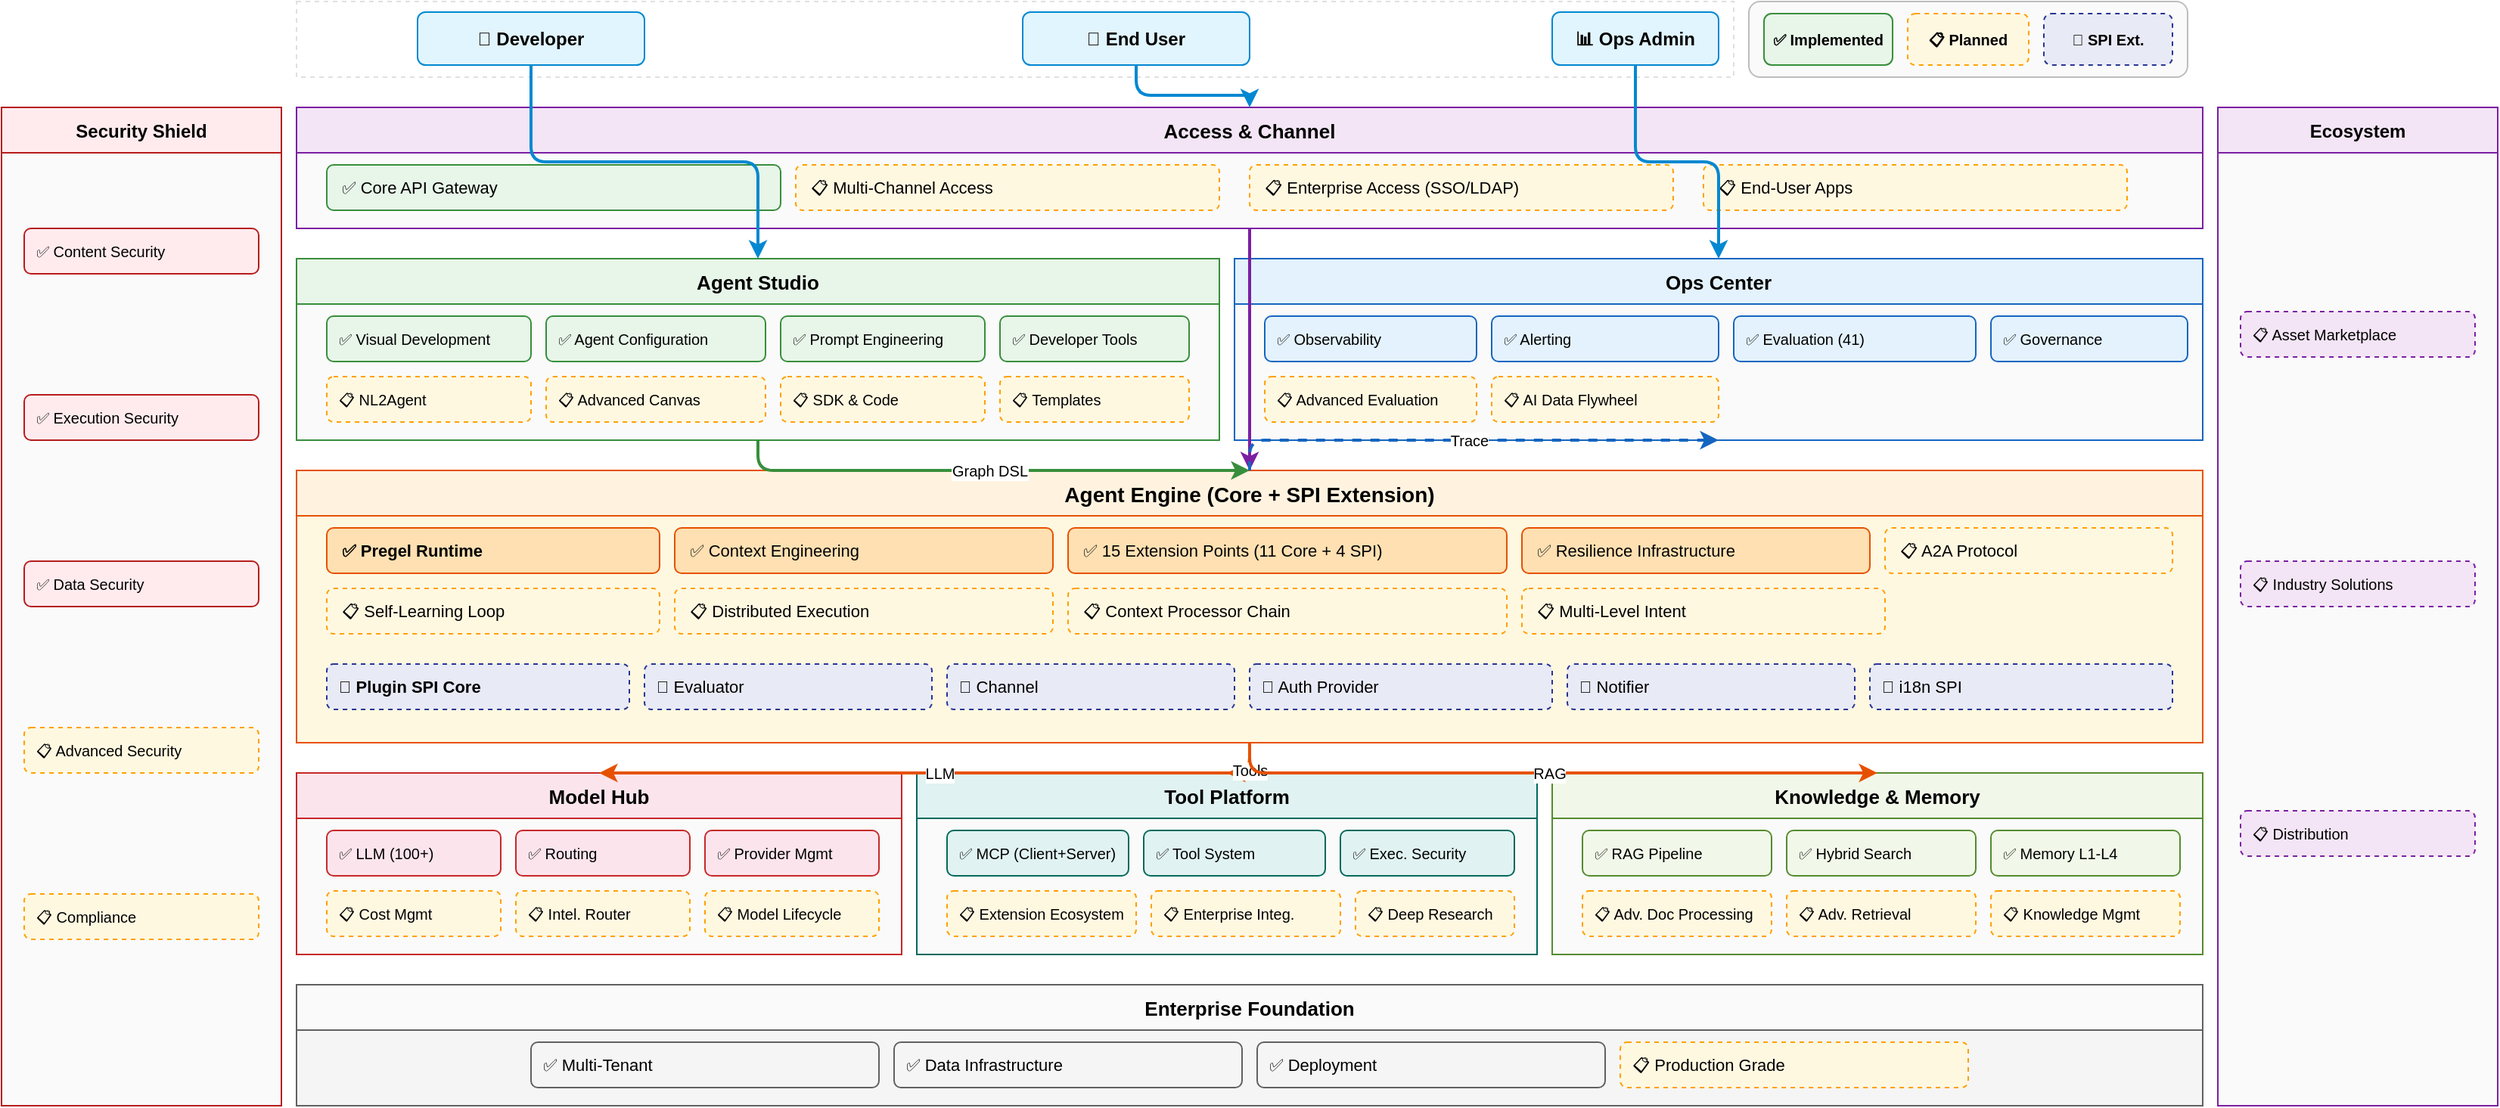
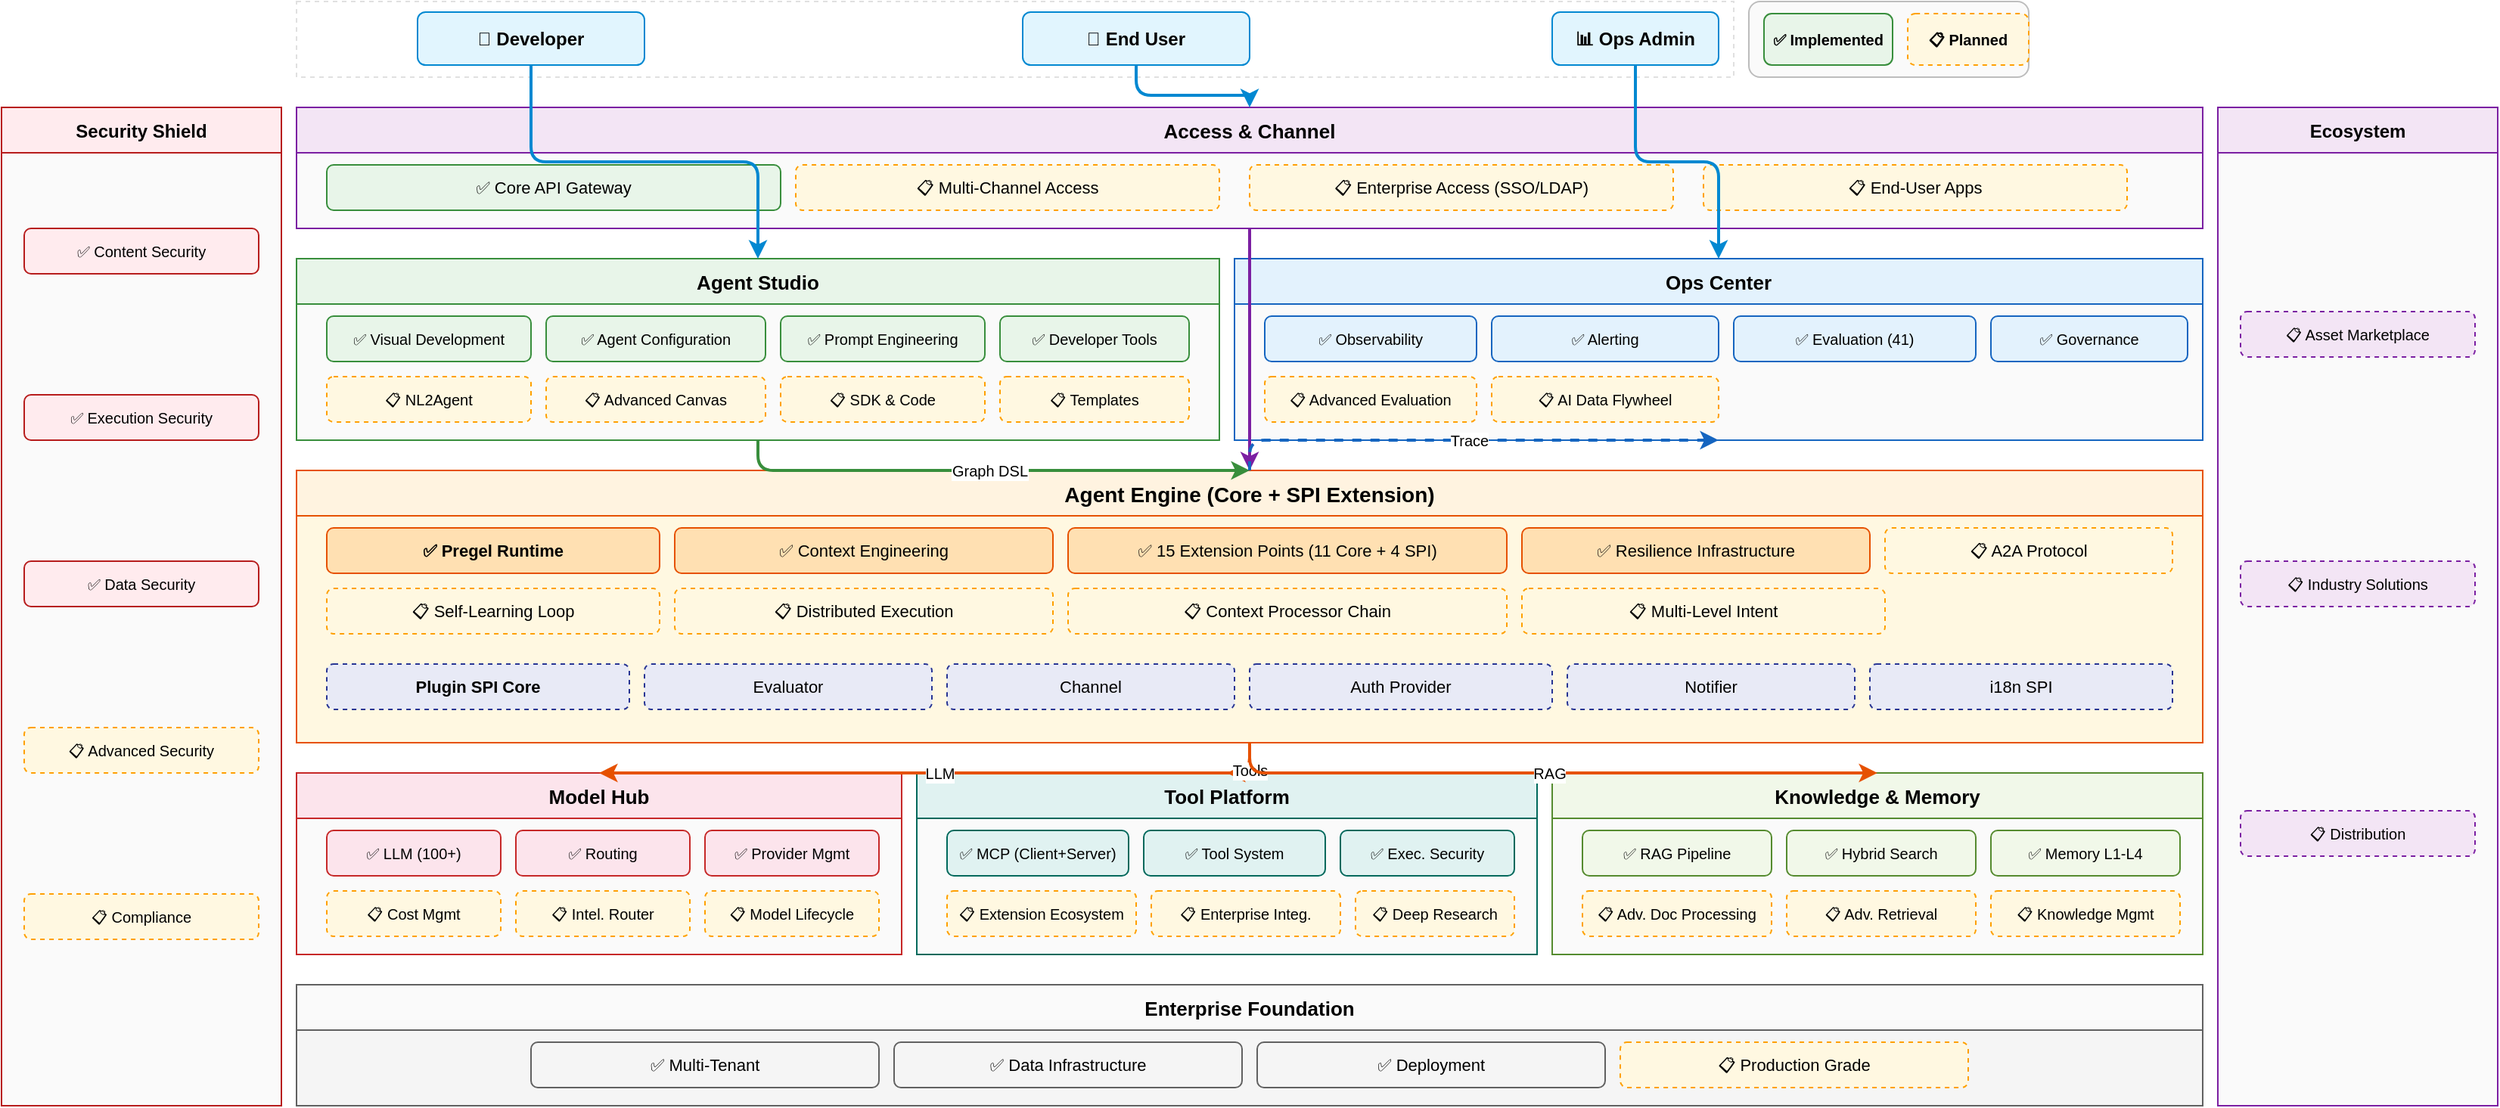
<?xml version="1.0" encoding="UTF-8"?>
<mxfile host="drawio" version="26.0.0">
  <diagram name="Hecate-L1-Architecture" id="hecate-l1-arch">
    <mxGraphModel dx="3000" dy="2200" grid="1" gridSize="10" guides="1" tooltips="1" connect="1" arrows="1" fold="1" page="1" pageScale="1" pageWidth="1700" pageHeight="800" math="0" shadow="0">
      <root>
        <mxCell id="0" />
        <mxCell id="1" parent="0" />

        <!-- ========== LEGEND ========== -->
        <mxCell id="legend" value="" style="rounded=1;whiteSpace=wrap;html=1;fillColor=#FAFAFA;strokeColor=#BDBDBD;strokeWidth=1;" vertex="1" parent="1">
-           <mxGeometry x="1180" y="20" width="290" height="50" as="geometry" />
+           <mxGeometry x="1180" y="20" width="185" height="50" as="geometry" />
        </mxCell>
        <mxCell id="legend_done" value="✅ Implemented" style="rounded=1;whiteSpace=wrap;html=1;fillColor=#E8F5E9;strokeColor=#388E3C;fontSize=10;fontStyle=1;" vertex="1" parent="1">
          <mxGeometry x="1190" y="28" width="85" height="34" as="geometry" />
        </mxCell>
        <mxCell id="legend_plan" value="📋 Planned" style="rounded=1;whiteSpace=wrap;html=1;fillColor=#FFF8E1;strokeColor=#FFA000;fontSize=10;fontStyle=1;dashed=1;" vertex="1" parent="1">
          <mxGeometry x="1285" y="28" width="80" height="34" as="geometry" />
        </mxCell>
-         <mxCell id="legend_spi" value="🔌 SPI Ext." style="rounded=1;whiteSpace=wrap;html=1;fillColor=#E8EAF6;strokeColor=#283593;fontSize=10;fontStyle=1;dashed=1;" vertex="1" parent="1">
-           <mxGeometry x="1375" y="28" width="85" height="34" as="geometry" />
-         </mxCell>
- 
        <!-- ========== SECURITY SIDEBAR (LEFT, CROSS-CUTTING) ========== -->
        <mxCell id="sec_c" value="Security Shield" style="swimlane;startSize=30;fillColor=#FFEBEE;strokeColor=#B71C1C;fontSize=12;fontStyle=1;swimlaneFillColor=#FAFAFA;" vertex="1" parent="1">
          <mxGeometry x="25" y="90" width="185" height="660" as="geometry" />
        </mxCell>
-         <mxCell id="sec_content" value="✅ Content Security" style="rounded=1;whiteSpace=wrap;html=1;fillColor=#FFEBEE;strokeColor=#B71C1C;fontSize=10;align=left;spacingLeft=6;" vertex="1" parent="sec_c">
+         <mxCell id="sec_content" value="✅ Content Security" style="rounded=1;whiteSpace=wrap;html=1;fillColor=#FFEBEE;strokeColor=#B71C1C;fontSize=10;" vertex="1" parent="sec_c">
          <mxGeometry x="15" y="80" width="155" height="30" as="geometry" />
        </mxCell>
-         <mxCell id="sec_exec" value="✅ Execution Security" style="rounded=1;whiteSpace=wrap;html=1;fillColor=#FFEBEE;strokeColor=#B71C1C;fontSize=10;align=left;spacingLeft=6;" vertex="1" parent="sec_c">
+         <mxCell id="sec_exec" value="✅ Execution Security" style="rounded=1;whiteSpace=wrap;html=1;fillColor=#FFEBEE;strokeColor=#B71C1C;fontSize=10;" vertex="1" parent="sec_c">
          <mxGeometry x="15" y="190" width="155" height="30" as="geometry" />
        </mxCell>
-         <mxCell id="sec_data" value="✅ Data Security" style="rounded=1;whiteSpace=wrap;html=1;fillColor=#FFEBEE;strokeColor=#B71C1C;fontSize=10;align=left;spacingLeft=6;" vertex="1" parent="sec_c">
+         <mxCell id="sec_data" value="✅ Data Security" style="rounded=1;whiteSpace=wrap;html=1;fillColor=#FFEBEE;strokeColor=#B71C1C;fontSize=10;" vertex="1" parent="sec_c">
          <mxGeometry x="15" y="300" width="155" height="30" as="geometry" />
        </mxCell>
-         <mxCell id="sec_advanced" value="📋 Advanced Security" style="rounded=1;whiteSpace=wrap;html=1;fillColor=#FFF8E1;strokeColor=#FFA000;dashed=1;fontSize=10;align=left;spacingLeft=6;" vertex="1" parent="sec_c">
+         <mxCell id="sec_advanced" value="📋 Advanced Security" style="rounded=1;whiteSpace=wrap;html=1;fillColor=#FFF8E1;strokeColor=#FFA000;dashed=1;fontSize=10;" vertex="1" parent="sec_c">
          <mxGeometry x="15" y="410" width="155" height="30" as="geometry" />
        </mxCell>
-         <mxCell id="sec_compliance" value="📋 Compliance" style="rounded=1;whiteSpace=wrap;html=1;fillColor=#FFF8E1;strokeColor=#FFA000;dashed=1;fontSize=10;align=left;spacingLeft=6;" vertex="1" parent="sec_c">
+         <mxCell id="sec_compliance" value="📋 Compliance" style="rounded=1;whiteSpace=wrap;html=1;fillColor=#FFF8E1;strokeColor=#FFA000;dashed=1;fontSize=10;" vertex="1" parent="sec_c">
          <mxGeometry x="15" y="520" width="155" height="30" as="geometry" />
        </mxCell>

        <!-- ========== ECOSYSTEM SIDEBAR (RIGHT, CROSS-CUTTING) ========== -->
        <mxCell id="eco_c" value="Ecosystem" style="swimlane;startSize=30;fillColor=#F3E5F5;strokeColor=#7B1FA2;fontSize=12;fontStyle=1;swimlaneFillColor=#FAFAFA;" vertex="1" parent="1">
          <mxGeometry x="1490" y="90" width="185" height="660" as="geometry" />
        </mxCell>
-         <mxCell id="eco_market" value="📋 Asset Marketplace" style="rounded=1;whiteSpace=wrap;html=1;fillColor=#F3E5F5;strokeColor=#7B1FA2;dashed=1;fontSize=10;align=left;spacingLeft=6;" vertex="1" parent="eco_c">
+         <mxCell id="eco_market" value="📋 Asset Marketplace" style="rounded=1;whiteSpace=wrap;html=1;fillColor=#F3E5F5;strokeColor=#7B1FA2;dashed=1;fontSize=10;" vertex="1" parent="eco_c">
          <mxGeometry x="15" y="135" width="155" height="30" as="geometry" />
        </mxCell>
-         <mxCell id="eco_industry" value="📋 Industry Solutions" style="rounded=1;whiteSpace=wrap;html=1;fillColor=#F3E5F5;strokeColor=#7B1FA2;dashed=1;fontSize=10;align=left;spacingLeft=6;" vertex="1" parent="eco_c">
+         <mxCell id="eco_industry" value="📋 Industry Solutions" style="rounded=1;whiteSpace=wrap;html=1;fillColor=#F3E5F5;strokeColor=#7B1FA2;dashed=1;fontSize=10;" vertex="1" parent="eco_c">
          <mxGeometry x="15" y="300" width="155" height="30" as="geometry" />
        </mxCell>
-         <mxCell id="eco_dist" value="📋 Distribution" style="rounded=1;whiteSpace=wrap;html=1;fillColor=#F3E5F5;strokeColor=#7B1FA2;dashed=1;fontSize=10;align=left;spacingLeft=6;" vertex="1" parent="eco_c">
+         <mxCell id="eco_dist" value="📋 Distribution" style="rounded=1;whiteSpace=wrap;html=1;fillColor=#F3E5F5;strokeColor=#7B1FA2;dashed=1;fontSize=10;" vertex="1" parent="eco_c">
          <mxGeometry x="15" y="465" width="155" height="30" as="geometry" />
        </mxCell>

        <!-- ========== L0: USERS ========== -->
        <mxCell id="users_bg" value="" style="rounded=0;whiteSpace=wrap;html=1;fillColor=#FFFFFF;strokeColor=#E0E0E0;dashed=1;" vertex="1" parent="1">
          <mxGeometry x="220" y="20" width="950" height="50" as="geometry" />
        </mxCell>
        <mxCell id="dev" value="🔧 Developer" style="rounded=1;whiteSpace=wrap;html=1;fillColor=#E1F5FE;strokeColor=#0288D1;fontSize=12;fontStyle=1;" vertex="1" parent="1">
          <mxGeometry x="300" y="27" width="150" height="35" as="geometry" />
        </mxCell>
        <mxCell id="enduser" value="💬 End User" style="rounded=1;whiteSpace=wrap;html=1;fillColor=#E1F5FE;strokeColor=#0288D1;fontSize=12;fontStyle=1;" vertex="1" parent="1">
          <mxGeometry x="700" y="27" width="150" height="35" as="geometry" />
        </mxCell>
        <mxCell id="ops_user" value="📊 Ops Admin" style="rounded=1;whiteSpace=wrap;html=1;fillColor=#E1F5FE;strokeColor=#0288D1;fontSize=12;fontStyle=1;" vertex="1" parent="1">
          <mxGeometry x="1050" y="27" width="110" height="35" as="geometry" />
        </mxCell>

        <!-- ========== ACCESS & CHANNEL ========== -->
        <mxCell id="gw_c" value="Access &amp; Channel" style="swimlane;startSize=30;fillColor=#F3E5F5;strokeColor=#7B1FA2;fontSize=13;fontStyle=1;swimlaneFillColor=#FAFAFA;" vertex="1" parent="1">
          <mxGeometry x="220" y="90" width="1260" height="80" as="geometry" />
        </mxCell>
-         <mxCell id="gw_core" value="✅ Core API Gateway" style="rounded=1;whiteSpace=wrap;html=1;fillColor=#E8F5E9;strokeColor=#388E3C;fontSize=11;align=left;spacingLeft=8;" vertex="1" parent="gw_c">
+         <mxCell id="gw_core" value="✅ Core API Gateway" style="rounded=1;whiteSpace=wrap;html=1;fillColor=#E8F5E9;strokeColor=#388E3C;fontSize=11;" vertex="1" parent="gw_c">
          <mxGeometry x="20" y="38" width="300" height="30" as="geometry" />
        </mxCell>
-         <mxCell id="gw_multi_ch" value="📋 Multi-Channel Access" style="rounded=1;whiteSpace=wrap;html=1;fillColor=#FFF8E1;strokeColor=#FFA000;dashed=1;fontSize=11;align=left;spacingLeft=8;" vertex="1" parent="gw_c">
+         <mxCell id="gw_multi_ch" value="📋 Multi-Channel Access" style="rounded=1;whiteSpace=wrap;html=1;fillColor=#FFF8E1;strokeColor=#FFA000;dashed=1;fontSize=11;" vertex="1" parent="gw_c">
          <mxGeometry x="330" y="38" width="280" height="30" as="geometry" />
        </mxCell>
-         <mxCell id="gw_enterprise" value="📋 Enterprise Access (SSO/LDAP)" style="rounded=1;whiteSpace=wrap;html=1;fillColor=#FFF8E1;strokeColor=#FFA000;dashed=1;fontSize=11;align=left;spacingLeft=8;" vertex="1" parent="gw_c">
+         <mxCell id="gw_enterprise" value="📋 Enterprise Access (SSO/LDAP)" style="rounded=1;whiteSpace=wrap;html=1;fillColor=#FFF8E1;strokeColor=#FFA000;dashed=1;fontSize=11;" vertex="1" parent="gw_c">
          <mxGeometry x="630" y="38" width="280" height="30" as="geometry" />
        </mxCell>
-         <mxCell id="gw_enduser" value="📋 End-User Apps" style="rounded=1;whiteSpace=wrap;html=1;fillColor=#FFF8E1;strokeColor=#FFA000;dashed=1;fontSize=11;align=left;spacingLeft=8;" vertex="1" parent="gw_c">
+         <mxCell id="gw_enduser" value="📋 End-User Apps" style="rounded=1;whiteSpace=wrap;html=1;fillColor=#FFF8E1;strokeColor=#FFA000;dashed=1;fontSize=11;" vertex="1" parent="gw_c">
          <mxGeometry x="930" y="38" width="280" height="30" as="geometry" />
        </mxCell>

        <!-- ========== STUDIO + OPS ROW ========== -->
        <mxCell id="studio_c" value="Agent Studio" style="swimlane;startSize=30;fillColor=#E8F5E9;strokeColor=#388E3C;fontSize=13;fontStyle=1;swimlaneFillColor=#FAFAFA;" vertex="1" parent="1">
          <mxGeometry x="220" y="190" width="610" height="120" as="geometry" />
        </mxCell>
-         <mxCell id="s_visual" value="✅ Visual Development" style="rounded=1;whiteSpace=wrap;html=1;fillColor=#E8F5E9;strokeColor=#388E3C;fontSize=10;align=left;spacingLeft=6;" vertex="1" parent="studio_c">
+         <mxCell id="s_visual" value="✅ Visual Development" style="rounded=1;whiteSpace=wrap;html=1;fillColor=#E8F5E9;strokeColor=#388E3C;fontSize=10;" vertex="1" parent="studio_c">
          <mxGeometry x="20" y="38" width="135" height="30" as="geometry" />
        </mxCell>
-         <mxCell id="s_agentcfg" value="✅ Agent Configuration" style="rounded=1;whiteSpace=wrap;html=1;fillColor=#E8F5E9;strokeColor=#388E3C;fontSize=10;align=left;spacingLeft=6;" vertex="1" parent="studio_c">
+         <mxCell id="s_agentcfg" value="✅ Agent Configuration" style="rounded=1;whiteSpace=wrap;html=1;fillColor=#E8F5E9;strokeColor=#388E3C;fontSize=10;" vertex="1" parent="studio_c">
          <mxGeometry x="165" y="38" width="145" height="30" as="geometry" />
        </mxCell>
-         <mxCell id="s_prompt" value="✅ Prompt Engineering" style="rounded=1;whiteSpace=wrap;html=1;fillColor=#E8F5E9;strokeColor=#388E3C;fontSize=10;align=left;spacingLeft=6;" vertex="1" parent="studio_c">
+         <mxCell id="s_prompt" value="✅ Prompt Engineering" style="rounded=1;whiteSpace=wrap;html=1;fillColor=#E8F5E9;strokeColor=#388E3C;fontSize=10;" vertex="1" parent="studio_c">
          <mxGeometry x="320" y="38" width="135" height="30" as="geometry" />
        </mxCell>
-         <mxCell id="s_devtools" value="✅ Developer Tools" style="rounded=1;whiteSpace=wrap;html=1;fillColor=#E8F5E9;strokeColor=#388E3C;fontSize=10;align=left;spacingLeft=6;" vertex="1" parent="studio_c">
+         <mxCell id="s_devtools" value="✅ Developer Tools" style="rounded=1;whiteSpace=wrap;html=1;fillColor=#E8F5E9;strokeColor=#388E3C;fontSize=10;" vertex="1" parent="studio_c">
          <mxGeometry x="465" y="38" width="125" height="30" as="geometry" />
        </mxCell>
-         <mxCell id="s_nl2x" value="📋 NL2Agent" style="rounded=1;whiteSpace=wrap;html=1;fillColor=#FFF8E1;strokeColor=#FFA000;dashed=1;fontSize=10;align=left;spacingLeft=6;" vertex="1" parent="studio_c">
+         <mxCell id="s_nl2x" value="📋 NL2Agent" style="rounded=1;whiteSpace=wrap;html=1;fillColor=#FFF8E1;strokeColor=#FFA000;dashed=1;fontSize=10;" vertex="1" parent="studio_c">
          <mxGeometry x="20" y="78" width="135" height="30" as="geometry" />
        </mxCell>
-         <mxCell id="s_adv_canvas" value="📋 Advanced Canvas" style="rounded=1;whiteSpace=wrap;html=1;fillColor=#FFF8E1;strokeColor=#FFA000;dashed=1;fontSize=10;align=left;spacingLeft=6;" vertex="1" parent="studio_c">
+         <mxCell id="s_adv_canvas" value="📋 Advanced Canvas" style="rounded=1;whiteSpace=wrap;html=1;fillColor=#FFF8E1;strokeColor=#FFA000;dashed=1;fontSize=10;" vertex="1" parent="studio_c">
          <mxGeometry x="165" y="78" width="145" height="30" as="geometry" />
        </mxCell>
-         <mxCell id="s_sdk" value="📋 SDK &amp; Code" style="rounded=1;whiteSpace=wrap;html=1;fillColor=#FFF8E1;strokeColor=#FFA000;dashed=1;fontSize=10;align=left;spacingLeft=6;" vertex="1" parent="studio_c">
+         <mxCell id="s_sdk" value="📋 SDK &amp; Code" style="rounded=1;whiteSpace=wrap;html=1;fillColor=#FFF8E1;strokeColor=#FFA000;dashed=1;fontSize=10;" vertex="1" parent="studio_c">
          <mxGeometry x="320" y="78" width="135" height="30" as="geometry" />
        </mxCell>
-         <mxCell id="s_template_mkt" value="📋 Templates" style="rounded=1;whiteSpace=wrap;html=1;fillColor=#FFF8E1;strokeColor=#FFA000;dashed=1;fontSize=10;align=left;spacingLeft=6;" vertex="1" parent="studio_c">
+         <mxCell id="s_template_mkt" value="📋 Templates" style="rounded=1;whiteSpace=wrap;html=1;fillColor=#FFF8E1;strokeColor=#FFA000;dashed=1;fontSize=10;" vertex="1" parent="studio_c">
          <mxGeometry x="465" y="78" width="125" height="30" as="geometry" />
        </mxCell>

        <mxCell id="ops_c" value="Ops Center" style="swimlane;startSize=30;fillColor=#E3F2FD;strokeColor=#1565C0;fontSize=13;fontStyle=1;swimlaneFillColor=#FAFAFA;" vertex="1" parent="1">
          <mxGeometry x="840" y="190" width="640" height="120" as="geometry" />
        </mxCell>
-         <mxCell id="o_observe" value="✅ Observability" style="rounded=1;whiteSpace=wrap;html=1;fillColor=#E3F2FD;strokeColor=#1565C0;fontSize=10;align=left;spacingLeft=6;" vertex="1" parent="ops_c">
+         <mxCell id="o_observe" value="✅ Observability" style="rounded=1;whiteSpace=wrap;html=1;fillColor=#E3F2FD;strokeColor=#1565C0;fontSize=10;" vertex="1" parent="ops_c">
          <mxGeometry x="20" y="38" width="140" height="30" as="geometry" />
        </mxCell>
-         <mxCell id="o_alert" value="✅ Alerting" style="rounded=1;whiteSpace=wrap;html=1;fillColor=#E3F2FD;strokeColor=#1565C0;fontSize=10;align=left;spacingLeft=6;" vertex="1" parent="ops_c">
+         <mxCell id="o_alert" value="✅ Alerting" style="rounded=1;whiteSpace=wrap;html=1;fillColor=#E3F2FD;strokeColor=#1565C0;fontSize=10;" vertex="1" parent="ops_c">
          <mxGeometry x="170" y="38" width="150" height="30" as="geometry" />
        </mxCell>
-         <mxCell id="o_eval" value="✅ Evaluation (41)" style="rounded=1;whiteSpace=wrap;html=1;fillColor=#E3F2FD;strokeColor=#1565C0;fontSize=10;align=left;spacingLeft=6;" vertex="1" parent="ops_c">
+         <mxCell id="o_eval" value="✅ Evaluation (41)" style="rounded=1;whiteSpace=wrap;html=1;fillColor=#E3F2FD;strokeColor=#1565C0;fontSize=10;" vertex="1" parent="ops_c">
          <mxGeometry x="330" y="38" width="160" height="30" as="geometry" />
        </mxCell>
-         <mxCell id="o_gov" value="✅ Governance" style="rounded=1;whiteSpace=wrap;html=1;fillColor=#E3F2FD;strokeColor=#1565C0;fontSize=10;align=left;spacingLeft=6;" vertex="1" parent="ops_c">
+         <mxCell id="o_gov" value="✅ Governance" style="rounded=1;whiteSpace=wrap;html=1;fillColor=#E3F2FD;strokeColor=#1565C0;fontSize=10;" vertex="1" parent="ops_c">
          <mxGeometry x="500" y="38" width="130" height="30" as="geometry" />
        </mxCell>
-         <mxCell id="o_adv_eval" value="📋 Advanced Evaluation" style="rounded=1;whiteSpace=wrap;html=1;fillColor=#FFF8E1;strokeColor=#FFA000;dashed=1;fontSize=10;align=left;spacingLeft=6;" vertex="1" parent="ops_c">
+         <mxCell id="o_adv_eval" value="📋 Advanced Evaluation" style="rounded=1;whiteSpace=wrap;html=1;fillColor=#FFF8E1;strokeColor=#FFA000;dashed=1;fontSize=10;" vertex="1" parent="ops_c">
          <mxGeometry x="20" y="78" width="140" height="30" as="geometry" />
        </mxCell>
-         <mxCell id="o_ai_data" value="📋 AI Data Flywheel" style="rounded=1;whiteSpace=wrap;html=1;fillColor=#FFF8E1;strokeColor=#FFA000;dashed=1;fontSize=10;align=left;spacingLeft=6;" vertex="1" parent="ops_c">
+         <mxCell id="o_ai_data" value="📋 AI Data Flywheel" style="rounded=1;whiteSpace=wrap;html=1;fillColor=#FFF8E1;strokeColor=#FFA000;dashed=1;fontSize=10;" vertex="1" parent="ops_c">
          <mxGeometry x="170" y="78" width="150" height="30" as="geometry" />
        </mxCell>

        <!-- ========== ENGINE (Core + SPI Extension) ========== -->
        <mxCell id="engine_c" value="Agent Engine (Core + SPI Extension)" style="swimlane;startSize=30;fillColor=#FFF3E0;strokeColor=#E65100;fontSize=14;fontStyle=1;swimlaneFillColor=#FFF8E1;" vertex="1" parent="1">
          <mxGeometry x="220" y="330" width="1260" height="180" as="geometry" />
        </mxCell>
        <!-- Row 1: Implemented Core -->
-         <mxCell id="e_pregel" value="✅ Pregel Runtime" style="rounded=1;whiteSpace=wrap;html=1;fillColor=#FFE0B2;strokeColor=#E65100;fontSize=11;align=left;spacingLeft=8;fontStyle=1;" vertex="1" parent="engine_c">
+         <mxCell id="e_pregel" value="✅ Pregel Runtime" style="rounded=1;whiteSpace=wrap;html=1;fillColor=#FFE0B2;strokeColor=#E65100;fontSize=11;fontStyle=1;" vertex="1" parent="engine_c">
          <mxGeometry x="20" y="38" width="220" height="30" as="geometry" />
        </mxCell>
-         <mxCell id="e_ctx" value="✅ Context Engineering" style="rounded=1;whiteSpace=wrap;html=1;fillColor=#FFE0B2;strokeColor=#E65100;fontSize=11;align=left;spacingLeft=8;" vertex="1" parent="engine_c">
+         <mxCell id="e_ctx" value="✅ Context Engineering" style="rounded=1;whiteSpace=wrap;html=1;fillColor=#FFE0B2;strokeColor=#E65100;fontSize=11;" vertex="1" parent="engine_c">
          <mxGeometry x="250" y="38" width="250" height="30" as="geometry" />
        </mxCell>
-         <mxCell id="e_abcs" value="✅ 15 Extension Points (11 Core + 4 SPI)" style="rounded=1;whiteSpace=wrap;html=1;fillColor=#FFE0B2;strokeColor=#E65100;fontSize=11;align=left;spacingLeft=8;" vertex="1" parent="engine_c">
+         <mxCell id="e_abcs" value="✅ 15 Extension Points (11 Core + 4 SPI)" style="rounded=1;whiteSpace=wrap;html=1;fillColor=#FFE0B2;strokeColor=#E65100;fontSize=11;" vertex="1" parent="engine_c">
          <mxGeometry x="510" y="38" width="290" height="30" as="geometry" />
        </mxCell>
-         <mxCell id="e_resilience" value="✅ Resilience Infrastructure" style="rounded=1;whiteSpace=wrap;html=1;fillColor=#FFE0B2;strokeColor=#E65100;fontSize=11;align=left;spacingLeft=8;" vertex="1" parent="engine_c">
+         <mxCell id="e_resilience" value="✅ Resilience Infrastructure" style="rounded=1;whiteSpace=wrap;html=1;fillColor=#FFE0B2;strokeColor=#E65100;fontSize=11;" vertex="1" parent="engine_c">
          <mxGeometry x="810" y="38" width="230" height="30" as="geometry" />
        </mxCell>
-         <mxCell id="e_a2a" value="📋 A2A Protocol" style="rounded=1;whiteSpace=wrap;html=1;fillColor=#FFF8E1;strokeColor=#FFA000;dashed=1;fontSize=11;align=left;spacingLeft=8;" vertex="1" parent="engine_c">
+         <mxCell id="e_a2a" value="📋 A2A Protocol" style="rounded=1;whiteSpace=wrap;html=1;fillColor=#FFF8E1;strokeColor=#FFA000;dashed=1;fontSize=11;" vertex="1" parent="engine_c">
          <mxGeometry x="1050" y="38" width="190" height="30" as="geometry" />
        </mxCell>
        <!-- Row 2: Planned Core -->
-         <mxCell id="e_selflearn" value="📋 Self-Learning Loop" style="rounded=1;whiteSpace=wrap;html=1;fillColor=#FFF8E1;strokeColor=#FFA000;dashed=1;fontSize=11;align=left;spacingLeft=8;" vertex="1" parent="engine_c">
+         <mxCell id="e_selflearn" value="📋 Self-Learning Loop" style="rounded=1;whiteSpace=wrap;html=1;fillColor=#FFF8E1;strokeColor=#FFA000;dashed=1;fontSize=11;" vertex="1" parent="engine_c">
          <mxGeometry x="20" y="78" width="220" height="30" as="geometry" />
        </mxCell>
-         <mxCell id="e_distributed" value="📋 Distributed Execution" style="rounded=1;whiteSpace=wrap;html=1;fillColor=#FFF8E1;strokeColor=#FFA000;dashed=1;fontSize=11;align=left;spacingLeft=8;" vertex="1" parent="engine_c">
+         <mxCell id="e_distributed" value="📋 Distributed Execution" style="rounded=1;whiteSpace=wrap;html=1;fillColor=#FFF8E1;strokeColor=#FFA000;dashed=1;fontSize=11;" vertex="1" parent="engine_c">
          <mxGeometry x="250" y="78" width="250" height="30" as="geometry" />
        </mxCell>
-         <mxCell id="e_ctx_chain" value="📋 Context Processor Chain" style="rounded=1;whiteSpace=wrap;html=1;fillColor=#FFF8E1;strokeColor=#FFA000;dashed=1;fontSize=11;align=left;spacingLeft=8;" vertex="1" parent="engine_c">
+         <mxCell id="e_ctx_chain" value="📋 Context Processor Chain" style="rounded=1;whiteSpace=wrap;html=1;fillColor=#FFF8E1;strokeColor=#FFA000;dashed=1;fontSize=11;" vertex="1" parent="engine_c">
          <mxGeometry x="510" y="78" width="290" height="30" as="geometry" />
        </mxCell>
-         <mxCell id="e_intent" value="📋 Multi-Level Intent" style="rounded=1;whiteSpace=wrap;html=1;fillColor=#FFF8E1;strokeColor=#FFA000;dashed=1;fontSize=11;align=left;spacingLeft=8;" vertex="1" parent="engine_c">
+         <mxCell id="e_intent" value="📋 Multi-Level Intent" style="rounded=1;whiteSpace=wrap;html=1;fillColor=#FFF8E1;strokeColor=#FFA000;dashed=1;fontSize=11;" vertex="1" parent="engine_c">
          <mxGeometry x="810" y="78" width="240" height="30" as="geometry" />
        </mxCell>
        <!-- Row 3: SPI Extension Points -->
-         <mxCell id="spi_plugin" value="🔌 Plugin SPI Core" style="rounded=1;whiteSpace=wrap;html=1;fillColor=#E8EAF6;strokeColor=#283593;dashed=1;fontSize=11;align=left;spacingLeft=6;fontStyle=1;" vertex="1" parent="engine_c">
+         <mxCell id="spi_plugin" value="Plugin SPI Core" style="rounded=1;whiteSpace=wrap;html=1;fillColor=#E8EAF6;strokeColor=#283593;dashed=1;fontSize=11;fontStyle=1;" vertex="1" parent="engine_c">
          <mxGeometry x="20" y="128" width="200" height="30" as="geometry" />
        </mxCell>
-         <mxCell id="spi_eval" value="🔌 Evaluator" style="rounded=1;whiteSpace=wrap;html=1;fillColor=#E8EAF6;strokeColor=#283593;dashed=1;fontSize=11;align=left;spacingLeft=6;" vertex="1" parent="engine_c">
+         <mxCell id="spi_eval" value="Evaluator" style="rounded=1;whiteSpace=wrap;html=1;fillColor=#E8EAF6;strokeColor=#283593;dashed=1;fontSize=11;" vertex="1" parent="engine_c">
          <mxGeometry x="230" y="128" width="190" height="30" as="geometry" />
        </mxCell>
-         <mxCell id="spi_channel" value="🔌 Channel" style="rounded=1;whiteSpace=wrap;html=1;fillColor=#E8EAF6;strokeColor=#283593;dashed=1;fontSize=11;align=left;spacingLeft=6;" vertex="1" parent="engine_c">
+         <mxCell id="spi_channel" value="Channel" style="rounded=1;whiteSpace=wrap;html=1;fillColor=#E8EAF6;strokeColor=#283593;dashed=1;fontSize=11;" vertex="1" parent="engine_c">
          <mxGeometry x="430" y="128" width="190" height="30" as="geometry" />
        </mxCell>
-         <mxCell id="spi_auth" value="🔌 Auth Provider" style="rounded=1;whiteSpace=wrap;html=1;fillColor=#E8EAF6;strokeColor=#283593;dashed=1;fontSize=11;align=left;spacingLeft=6;" vertex="1" parent="engine_c">
+         <mxCell id="spi_auth" value="Auth Provider" style="rounded=1;whiteSpace=wrap;html=1;fillColor=#E8EAF6;strokeColor=#283593;dashed=1;fontSize=11;" vertex="1" parent="engine_c">
          <mxGeometry x="630" y="128" width="200" height="30" as="geometry" />
        </mxCell>
-         <mxCell id="spi_notify" value="🔌 Notifier" style="rounded=1;whiteSpace=wrap;html=1;fillColor=#E8EAF6;strokeColor=#283593;dashed=1;fontSize=11;align=left;spacingLeft=6;" vertex="1" parent="engine_c">
+         <mxCell id="spi_notify" value="Notifier" style="rounded=1;whiteSpace=wrap;html=1;fillColor=#E8EAF6;strokeColor=#283593;dashed=1;fontSize=11;" vertex="1" parent="engine_c">
          <mxGeometry x="840" y="128" width="190" height="30" as="geometry" />
        </mxCell>
-         <mxCell id="spi_i18n" value="🔌 i18n SPI" style="rounded=1;whiteSpace=wrap;html=1;fillColor=#E8EAF6;strokeColor=#283593;dashed=1;fontSize=11;align=left;spacingLeft=6;" vertex="1" parent="engine_c">
+         <mxCell id="spi_i18n" value="i18n SPI" style="rounded=1;whiteSpace=wrap;html=1;fillColor=#E8EAF6;strokeColor=#283593;dashed=1;fontSize=11;" vertex="1" parent="engine_c">
          <mxGeometry x="1040" y="128" width="200" height="30" as="geometry" />
        </mxCell>

        <!-- ========== CAPABILITY ROW ========== -->
        <mxCell id="model_c" value="Model Hub" style="swimlane;startSize=30;fillColor=#FCE4EC;strokeColor=#C62828;fontSize=13;fontStyle=1;swimlaneFillColor=#FAFAFA;" vertex="1" parent="1">
          <mxGeometry x="220" y="530" width="400" height="120" as="geometry" />
        </mxCell>
-         <mxCell id="m_llm" value="✅ LLM (100+)" style="rounded=1;whiteSpace=wrap;html=1;fillColor=#FCE4EC;strokeColor=#C62828;fontSize=10;align=left;spacingLeft=6;" vertex="1" parent="model_c">
+         <mxCell id="m_llm" value="✅ LLM (100+)" style="rounded=1;whiteSpace=wrap;html=1;fillColor=#FCE4EC;strokeColor=#C62828;fontSize=10;" vertex="1" parent="model_c">
          <mxGeometry x="20" y="38" width="115" height="30" as="geometry" />
        </mxCell>
-         <mxCell id="m_routing" value="✅ Routing" style="rounded=1;whiteSpace=wrap;html=1;fillColor=#FCE4EC;strokeColor=#C62828;fontSize=10;align=left;spacingLeft=6;" vertex="1" parent="model_c">
+         <mxCell id="m_routing" value="✅ Routing" style="rounded=1;whiteSpace=wrap;html=1;fillColor=#FCE4EC;strokeColor=#C62828;fontSize=10;" vertex="1" parent="model_c">
          <mxGeometry x="145" y="38" width="115" height="30" as="geometry" />
        </mxCell>
-         <mxCell id="m_provider" value="✅ Provider Mgmt" style="rounded=1;whiteSpace=wrap;html=1;fillColor=#FCE4EC;strokeColor=#C62828;fontSize=10;align=left;spacingLeft=6;" vertex="1" parent="model_c">
+         <mxCell id="m_provider" value="✅ Provider Mgmt" style="rounded=1;whiteSpace=wrap;html=1;fillColor=#FCE4EC;strokeColor=#C62828;fontSize=10;" vertex="1" parent="model_c">
          <mxGeometry x="270" y="38" width="115" height="30" as="geometry" />
        </mxCell>
-         <mxCell id="m_cost" value="📋 Cost Mgmt" style="rounded=1;whiteSpace=wrap;html=1;fillColor=#FFF8E1;strokeColor=#FFA000;dashed=1;fontSize=10;align=left;spacingLeft=6;" vertex="1" parent="model_c">
+         <mxCell id="m_cost" value="📋 Cost Mgmt" style="rounded=1;whiteSpace=wrap;html=1;fillColor=#FFF8E1;strokeColor=#FFA000;dashed=1;fontSize=10;" vertex="1" parent="model_c">
          <mxGeometry x="20" y="78" width="115" height="30" as="geometry" />
        </mxCell>
-         <mxCell id="m_intel_router" value="📋 Intel. Router" style="rounded=1;whiteSpace=wrap;html=1;fillColor=#FFF8E1;strokeColor=#FFA000;dashed=1;fontSize=10;align=left;spacingLeft=6;" vertex="1" parent="model_c">
+         <mxCell id="m_intel_router" value="📋 Intel. Router" style="rounded=1;whiteSpace=wrap;html=1;fillColor=#FFF8E1;strokeColor=#FFA000;dashed=1;fontSize=10;" vertex="1" parent="model_c">
          <mxGeometry x="145" y="78" width="115" height="30" as="geometry" />
        </mxCell>
-         <mxCell id="m_lifecycle" value="📋 Model Lifecycle" style="rounded=1;whiteSpace=wrap;html=1;fillColor=#FFF8E1;strokeColor=#FFA000;dashed=1;fontSize=10;align=left;spacingLeft=6;" vertex="1" parent="model_c">
+         <mxCell id="m_lifecycle" value="📋 Model Lifecycle" style="rounded=1;whiteSpace=wrap;html=1;fillColor=#FFF8E1;strokeColor=#FFA000;dashed=1;fontSize=10;" vertex="1" parent="model_c">
          <mxGeometry x="270" y="78" width="115" height="30" as="geometry" />
        </mxCell>

        <mxCell id="tool_c" value="Tool Platform" style="swimlane;startSize=30;fillColor=#E0F2F1;strokeColor=#00695C;fontSize=13;fontStyle=1;swimlaneFillColor=#FAFAFA;" vertex="1" parent="1">
          <mxGeometry x="630" y="530" width="410" height="120" as="geometry" />
        </mxCell>
-         <mxCell id="t_mcp" value="✅ MCP (Client+Server)" style="rounded=1;whiteSpace=wrap;html=1;fillColor=#E0F2F1;strokeColor=#00695C;fontSize=10;align=left;spacingLeft=6;" vertex="1" parent="tool_c">
+         <mxCell id="t_mcp" value="✅ MCP (Client+Server)" style="rounded=1;whiteSpace=wrap;html=1;fillColor=#E0F2F1;strokeColor=#00695C;fontSize=10;" vertex="1" parent="tool_c">
          <mxGeometry x="20" y="38" width="120" height="30" as="geometry" />
        </mxCell>
-         <mxCell id="t_tools" value="✅ Tool System" style="rounded=1;whiteSpace=wrap;html=1;fillColor=#E0F2F1;strokeColor=#00695C;fontSize=10;align=left;spacingLeft=6;" vertex="1" parent="tool_c">
+         <mxCell id="t_tools" value="✅ Tool System" style="rounded=1;whiteSpace=wrap;html=1;fillColor=#E0F2F1;strokeColor=#00695C;fontSize=10;" vertex="1" parent="tool_c">
          <mxGeometry x="150" y="38" width="120" height="30" as="geometry" />
        </mxCell>
-         <mxCell id="t_sandbox" value="✅ Exec. Security" style="rounded=1;whiteSpace=wrap;html=1;fillColor=#E0F2F1;strokeColor=#00695C;fontSize=10;align=left;spacingLeft=6;" vertex="1" parent="tool_c">
+         <mxCell id="t_sandbox" value="✅ Exec. Security" style="rounded=1;whiteSpace=wrap;html=1;fillColor=#E0F2F1;strokeColor=#00695C;fontSize=10;" vertex="1" parent="tool_c">
          <mxGeometry x="280" y="38" width="115" height="30" as="geometry" />
        </mxCell>
-         <mxCell id="t_plugin" value="📋 Extension Ecosystem" style="rounded=1;whiteSpace=wrap;html=1;fillColor=#FFF8E1;strokeColor=#FFA000;dashed=1;fontSize=10;align=left;spacingLeft=6;" vertex="1" parent="tool_c">
+         <mxCell id="t_plugin" value="📋 Extension Ecosystem" style="rounded=1;whiteSpace=wrap;html=1;fillColor=#FFF8E1;strokeColor=#FFA000;dashed=1;fontSize=10;" vertex="1" parent="tool_c">
          <mxGeometry x="20" y="78" width="125" height="30" as="geometry" />
        </mxCell>
-         <mxCell id="t_enterprise" value="📋 Enterprise Integ." style="rounded=1;whiteSpace=wrap;html=1;fillColor=#FFF8E1;strokeColor=#FFA000;dashed=1;fontSize=10;align=left;spacingLeft=6;" vertex="1" parent="tool_c">
+         <mxCell id="t_enterprise" value="📋 Enterprise Integ." style="rounded=1;whiteSpace=wrap;html=1;fillColor=#FFF8E1;strokeColor=#FFA000;dashed=1;fontSize=10;" vertex="1" parent="tool_c">
          <mxGeometry x="155" y="78" width="125" height="30" as="geometry" />
        </mxCell>
-         <mxCell id="t_deepresearch" value="📋 Deep Research" style="rounded=1;whiteSpace=wrap;html=1;fillColor=#FFF8E1;strokeColor=#FFA000;dashed=1;fontSize=10;align=left;spacingLeft=6;" vertex="1" parent="tool_c">
+         <mxCell id="t_deepresearch" value="📋 Deep Research" style="rounded=1;whiteSpace=wrap;html=1;fillColor=#FFF8E1;strokeColor=#FFA000;dashed=1;fontSize=10;" vertex="1" parent="tool_c">
          <mxGeometry x="290" y="78" width="105" height="30" as="geometry" />
        </mxCell>

        <mxCell id="km_c" value="Knowledge &amp; Memory" style="swimlane;startSize=30;fillColor=#F1F8E9;strokeColor=#558B2F;fontSize=13;fontStyle=1;swimlaneFillColor=#FAFAFA;" vertex="1" parent="1">
          <mxGeometry x="1050" y="530" width="430" height="120" as="geometry" />
        </mxCell>
-         <mxCell id="k_rag" value="✅ RAG Pipeline" style="rounded=1;whiteSpace=wrap;html=1;fillColor=#F1F8E9;strokeColor=#558B2F;fontSize=10;align=left;spacingLeft=6;" vertex="1" parent="km_c">
+         <mxCell id="k_rag" value="✅ RAG Pipeline" style="rounded=1;whiteSpace=wrap;html=1;fillColor=#F1F8E9;strokeColor=#558B2F;fontSize=10;" vertex="1" parent="km_c">
          <mxGeometry x="20" y="38" width="125" height="30" as="geometry" />
        </mxCell>
-         <mxCell id="k_search" value="✅ Hybrid Search" style="rounded=1;whiteSpace=wrap;html=1;fillColor=#F1F8E9;strokeColor=#558B2F;fontSize=10;align=left;spacingLeft=6;" vertex="1" parent="km_c">
+         <mxCell id="k_search" value="✅ Hybrid Search" style="rounded=1;whiteSpace=wrap;html=1;fillColor=#F1F8E9;strokeColor=#558B2F;fontSize=10;" vertex="1" parent="km_c">
          <mxGeometry x="155" y="38" width="125" height="30" as="geometry" />
        </mxCell>
-         <mxCell id="k_memory" value="✅ Memory L1-L4" style="rounded=1;whiteSpace=wrap;html=1;fillColor=#F1F8E9;strokeColor=#558B2F;fontSize=10;align=left;spacingLeft=6;" vertex="1" parent="km_c">
+         <mxCell id="k_memory" value="✅ Memory L1-L4" style="rounded=1;whiteSpace=wrap;html=1;fillColor=#F1F8E9;strokeColor=#558B2F;fontSize=10;" vertex="1" parent="km_c">
          <mxGeometry x="290" y="38" width="125" height="30" as="geometry" />
        </mxCell>
-         <mxCell id="k_adv_doc" value="📋 Adv. Doc Processing" style="rounded=1;whiteSpace=wrap;html=1;fillColor=#FFF8E1;strokeColor=#FFA000;dashed=1;fontSize=10;align=left;spacingLeft=6;" vertex="1" parent="km_c">
+         <mxCell id="k_adv_doc" value="📋 Adv. Doc Processing" style="rounded=1;whiteSpace=wrap;html=1;fillColor=#FFF8E1;strokeColor=#FFA000;dashed=1;fontSize=10;" vertex="1" parent="km_c">
          <mxGeometry x="20" y="78" width="125" height="30" as="geometry" />
        </mxCell>
-         <mxCell id="k_adv_search" value="📋 Adv. Retrieval" style="rounded=1;whiteSpace=wrap;html=1;fillColor=#FFF8E1;strokeColor=#FFA000;dashed=1;fontSize=10;align=left;spacingLeft=6;" vertex="1" parent="km_c">
+         <mxCell id="k_adv_search" value="📋 Adv. Retrieval" style="rounded=1;whiteSpace=wrap;html=1;fillColor=#FFF8E1;strokeColor=#FFA000;dashed=1;fontSize=10;" vertex="1" parent="km_c">
          <mxGeometry x="155" y="78" width="125" height="30" as="geometry" />
        </mxCell>
-         <mxCell id="k_kb_mgmt" value="📋 Knowledge Mgmt" style="rounded=1;whiteSpace=wrap;html=1;fillColor=#FFF8E1;strokeColor=#FFA000;dashed=1;fontSize=10;align=left;spacingLeft=6;" vertex="1" parent="km_c">
+         <mxCell id="k_kb_mgmt" value="📋 Knowledge Mgmt" style="rounded=1;whiteSpace=wrap;html=1;fillColor=#FFF8E1;strokeColor=#FFA000;dashed=1;fontSize=10;" vertex="1" parent="km_c">
          <mxGeometry x="290" y="78" width="125" height="30" as="geometry" />
        </mxCell>

        <!-- ========== FOUNDATION ========== -->
        <mxCell id="found_c" value="Enterprise Foundation" style="swimlane;startSize=30;fillColor=#FAFAFA;strokeColor=#616161;fontSize=13;fontStyle=1;swimlaneFillColor=#F5F5F5;" vertex="1" parent="1">
          <mxGeometry x="220" y="670" width="1260" height="80" as="geometry" />
        </mxCell>
-         <mxCell id="f_tenant" value="✅ Multi-Tenant" style="rounded=1;whiteSpace=wrap;html=1;fillColor=#F5F5F5;strokeColor=#616161;fontSize=11;align=left;spacingLeft=6;" vertex="1" parent="found_c">
+         <mxCell id="f_tenant" value="✅ Multi-Tenant" style="rounded=1;whiteSpace=wrap;html=1;fillColor=#F5F5F5;strokeColor=#616161;fontSize=11;" vertex="1" parent="found_c">
          <mxGeometry x="155" y="38" width="230" height="30" as="geometry" />
        </mxCell>
-         <mxCell id="f_data" value="✅ Data Infrastructure" style="rounded=1;whiteSpace=wrap;html=1;fillColor=#F5F5F5;strokeColor=#616161;fontSize=11;align=left;spacingLeft=6;" vertex="1" parent="found_c">
+         <mxCell id="f_data" value="✅ Data Infrastructure" style="rounded=1;whiteSpace=wrap;html=1;fillColor=#F5F5F5;strokeColor=#616161;fontSize=11;" vertex="1" parent="found_c">
          <mxGeometry x="395" y="38" width="230" height="30" as="geometry" />
        </mxCell>
-         <mxCell id="f_deploy" value="✅ Deployment" style="rounded=1;whiteSpace=wrap;html=1;fillColor=#F5F5F5;strokeColor=#616161;fontSize=11;align=left;spacingLeft=6;" vertex="1" parent="found_c">
+         <mxCell id="f_deploy" value="✅ Deployment" style="rounded=1;whiteSpace=wrap;html=1;fillColor=#F5F5F5;strokeColor=#616161;fontSize=11;" vertex="1" parent="found_c">
          <mxGeometry x="635" y="38" width="230" height="30" as="geometry" />
        </mxCell>
-         <mxCell id="f_production" value="📋 Production Grade" style="rounded=1;whiteSpace=wrap;html=1;fillColor=#FFF8E1;strokeColor=#FFA000;dashed=1;fontSize=11;align=left;spacingLeft=6;" vertex="1" parent="found_c">
+         <mxCell id="f_production" value="📋 Production Grade" style="rounded=1;whiteSpace=wrap;html=1;fillColor=#FFF8E1;strokeColor=#FFA000;dashed=1;fontSize=11;" vertex="1" parent="found_c">
          <mxGeometry x="875" y="38" width="230" height="30" as="geometry" />
        </mxCell>

        <!-- ========== EDGES ========== -->
        <mxCell id="e1" value="" style="edgeStyle=orthogonalEdgeStyle;rounded=1;orthogonalLoop=1;jettySize=auto;html=1;strokeColor=#0288D1;strokeWidth=2;" edge="1" parent="1" source="dev" target="studio_c">
          <mxGeometry relative="1" as="geometry" />
        </mxCell>
        <mxCell id="e2" value="" style="edgeStyle=orthogonalEdgeStyle;rounded=1;orthogonalLoop=1;jettySize=auto;html=1;strokeColor=#0288D1;strokeWidth=2;" edge="1" parent="1" source="enduser" target="gw_c">
          <mxGeometry relative="1" as="geometry" />
        </mxCell>
        <mxCell id="e3" value="" style="edgeStyle=orthogonalEdgeStyle;rounded=1;orthogonalLoop=1;jettySize=auto;html=1;strokeColor=#0288D1;strokeWidth=2;" edge="1" parent="1" source="ops_user" target="ops_c">
          <mxGeometry relative="1" as="geometry" />
        </mxCell>
        <mxCell id="e4" value="" style="edgeStyle=orthogonalEdgeStyle;rounded=1;orthogonalLoop=1;jettySize=auto;html=1;strokeColor=#7B1FA2;strokeWidth=2;" edge="1" parent="1" source="gw_c" target="engine_c">
          <mxGeometry relative="1" as="geometry" />
        </mxCell>
        <mxCell id="e5" value="Graph DSL" style="edgeStyle=orthogonalEdgeStyle;rounded=1;orthogonalLoop=1;jettySize=auto;html=1;strokeColor=#388E3C;strokeWidth=2;fontSize=10;" edge="1" parent="1" source="studio_c" target="engine_c">
          <mxGeometry relative="1" as="geometry" />
        </mxCell>
        <mxCell id="e7" value="LLM" style="edgeStyle=orthogonalEdgeStyle;rounded=1;orthogonalLoop=1;jettySize=auto;html=1;strokeColor=#E65100;strokeWidth=2;fontSize=10;" edge="1" parent="1" source="engine_c" target="model_c">
          <mxGeometry relative="1" as="geometry" />
        </mxCell>
        <mxCell id="e8" value="Tools" style="edgeStyle=orthogonalEdgeStyle;rounded=1;orthogonalLoop=1;jettySize=auto;html=1;strokeColor=#E65100;strokeWidth=2;fontSize=10;" edge="1" parent="1" source="engine_c" target="tool_c">
          <mxGeometry relative="1" as="geometry" />
        </mxCell>
        <mxCell id="e9" value="RAG" style="edgeStyle=orthogonalEdgeStyle;rounded=1;orthogonalLoop=1;jettySize=auto;html=1;strokeColor=#E65100;strokeWidth=2;fontSize=10;" edge="1" parent="1" source="engine_c" target="km_c">
          <mxGeometry relative="1" as="geometry" />
        </mxCell>
        <mxCell id="e10" value="Trace" style="edgeStyle=orthogonalEdgeStyle;rounded=1;orthogonalLoop=1;jettySize=auto;html=1;strokeColor=#1565C0;strokeWidth=2;dashed=1;fontSize=10;" edge="1" parent="1" source="engine_c" target="ops_c">
          <mxGeometry relative="1" as="geometry" />
        </mxCell>

      </root>
    </mxGraphModel>
  </diagram>
</mxfile>
